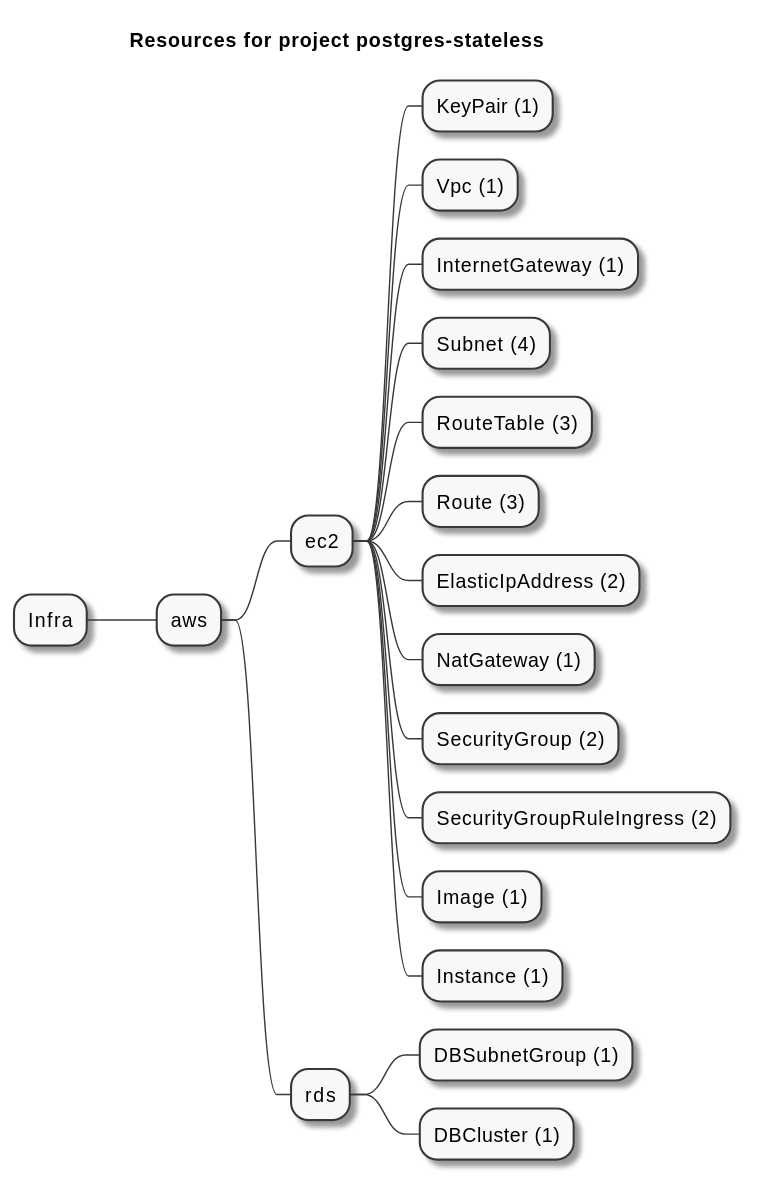
grucloud/grucloud keeps this PlantUML diagram as examples/aws/rds/postgres-stateless/artifacts/resources-mindmap.svg. Above is the earlier version. Its diagram source:
```plantuml
@startmindmap
title Resources for project postgres-stateless
skinparam monochrome true
+ Infra
++ aws
+++ ec2
++++ KeyPair (1)
++++ Vpc (1)
++++ InternetGateway (1)
++++ Subnet (4)
++++ RouteTable (3)
++++ Route (3)
++++ ElasticIpAddress (2)
++++ NatGateway (1)
++++ SecurityGroup (2)
++++ SecurityGroupRuleIngress (2)
++++ Image (1)
++++ Instance (1)
+++ rds
++++ DBSubnetGroup (1)
++++ DBCluster (1)
@endmindmap
```
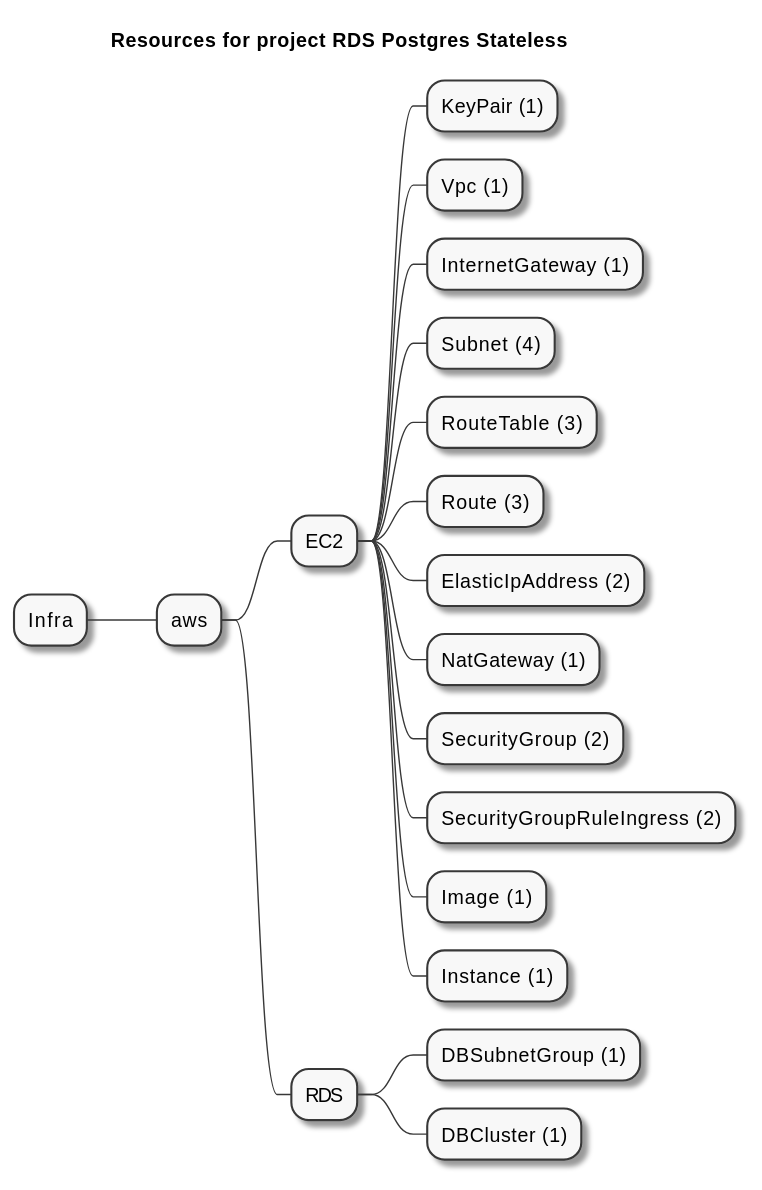
After the change.

What changed in the source:
```diff
@@ -1,9 +1,9 @@
 @startmindmap
-title Resources for project postgres-stateless
+title Resources for project RDS Postgres Stateless
 skinparam monochrome true
 + Infra
 ++ aws
-+++ ec2
++++ EC2
 ++++ KeyPair (1)
 ++++ Vpc (1)
 ++++ InternetGateway (1)
@@ -16,7 +16,7 @@
 ++++ SecurityGroupRuleIngress (2)
 ++++ Image (1)
 ++++ Instance (1)
-+++ rds
++++ RDS
 ++++ DBSubnetGroup (1)
 ++++ DBCluster (1)
 @endmindmap
```
